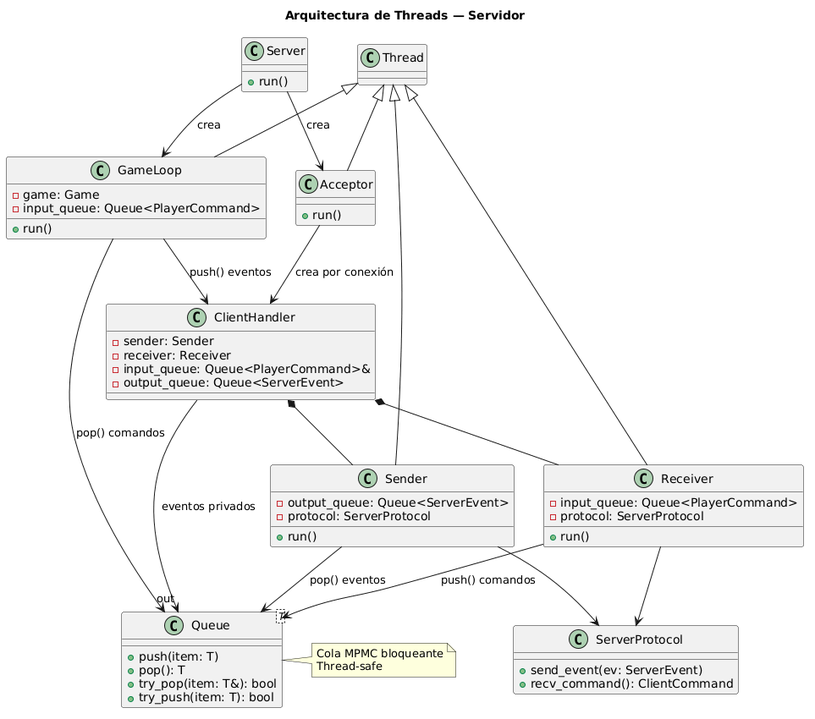
Earlier version of the PlantUML export docs/images/server_threads_architecture.png (MateoGonzalezPautaso/Argentum-MALT). Source of this version:
```plantuml
@startuml
title Arquitectura de Threads — Servidor

class Server {
  + run()
}

class Acceptor extends Thread {
  + run()
}

class GameLoop extends Thread {
  - game: Game
  - input_queue: Queue<PlayerCommand>
  + run()
}

class ClientHandler {
  - sender: Sender
  - receiver: Receiver
  - input_queue: Queue<PlayerCommand>&
  - output_queue: Queue<ServerEvent>
}

class Sender extends Thread {
  - output_queue: Queue<ServerEvent>
  - protocol: ServerProtocol
  + run()
}

class Receiver extends Thread {
  - input_queue: Queue<PlayerCommand>
  - protocol: ServerProtocol
  + run()
}

class ServerProtocol {
  + send_event(ev: ServerEvent)
  + recv_command(): ClientCommand
}

class Queue<T> {
  + push(item: T)
  + pop(): T
  + try_pop(item: T&): bool
  + try_push(item: T): bool
}

Server --> Acceptor: crea
Server --> GameLoop: crea
Acceptor --> ClientHandler: crea por conexión
ClientHandler *-- Sender
ClientHandler *-- Receiver
GameLoop --> Queue: pop() comandos
Receiver --> Queue: push() comandos
GameLoop --> ClientHandler: push() eventos
ClientHandler --> "out" Queue: eventos privados
Sender --> Queue: pop() eventos
Sender --> ServerProtocol
Receiver --> ServerProtocol
note right of Queue
  Cola MPMC bloqueante
  Thread-safe
end note
@enduml
```
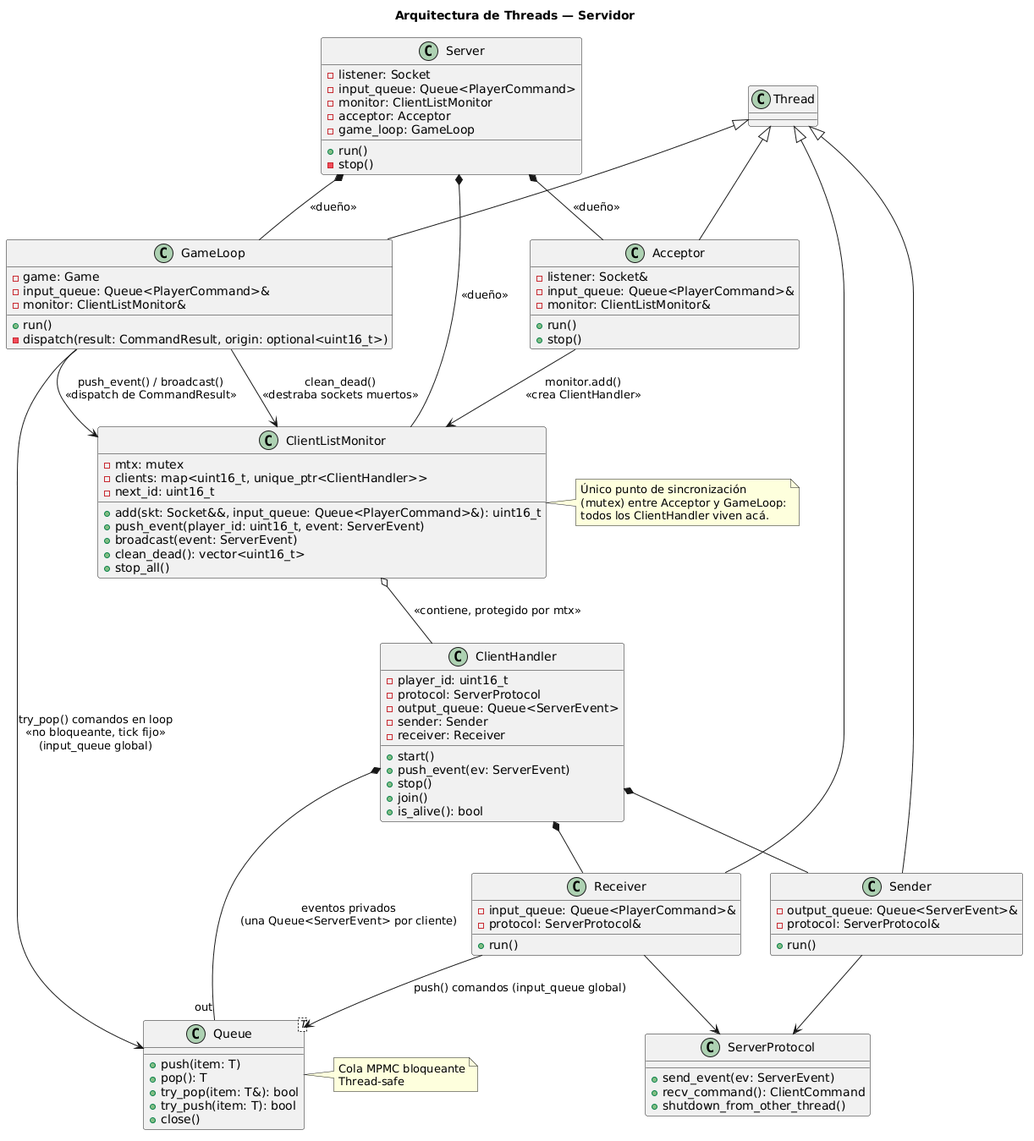
Later version of the same file.

Commit message:
docs: update server architecture

What changed in the source:
```diff
@@ -2,41 +2,76 @@
 title Arquitectura de Threads — Servidor
 
 class Server {
+  - listener: Socket
+  - input_queue: Queue<PlayerCommand>
+  - monitor: ClientListMonitor
+  - acceptor: Acceptor
+  - game_loop: GameLoop
   + run()
+  - stop()
 }
 
 class Acceptor extends Thread {
+  - listener: Socket&
+  - input_queue: Queue<PlayerCommand>&
+  - monitor: ClientListMonitor&
   + run()
+  + stop()
 }
 
 class GameLoop extends Thread {
   - game: Game
-  - input_queue: Queue<PlayerCommand>
+  - input_queue: Queue<PlayerCommand>&
+  - monitor: ClientListMonitor&
   + run()
+  - dispatch(result: CommandResult, origin: optional<uint16_t>)
 }
 
+class ClientListMonitor {
+  - mtx: mutex
+  - clients: map<uint16_t, unique_ptr<ClientHandler>>
+  - next_id: uint16_t
+  + add(skt: Socket&&, input_queue: Queue<PlayerCommand>&): uint16_t
+  + push_event(player_id: uint16_t, event: ServerEvent)
+  + broadcast(event: ServerEvent)
+  + clean_dead(): vector<uint16_t>
+  + stop_all()
+}
+note right of ClientListMonitor
+  Único punto de sincronización
+  (mutex) entre Acceptor y GameLoop:
+  todos los ClientHandler viven acá.
+end note
+
 class ClientHandler {
+  - player_id: uint16_t
+  - protocol: ServerProtocol
+  - output_queue: Queue<ServerEvent>
   - sender: Sender
   - receiver: Receiver
-  - input_queue: Queue<PlayerCommand>&
-  - output_queue: Queue<ServerEvent>
+  + start()
+  + push_event(ev: ServerEvent)
+  + stop()
+  + join()
+  + is_alive(): bool
 }
 
 class Sender extends Thread {
-  - output_queue: Queue<ServerEvent>
-  - protocol: ServerProtocol
+  - output_queue: Queue<ServerEvent>&
+  - protocol: ServerProtocol&
   + run()
 }
 
 class Receiver extends Thread {
-  - input_queue: Queue<PlayerCommand>
-  - protocol: ServerProtocol
+  - input_queue: Queue<PlayerCommand>&
+  - protocol: ServerProtocol&
   + run()
 }
 
 class ServerProtocol {
   + send_event(ev: ServerEvent)
   + recv_command(): ClientCommand
+  + shutdown_from_other_thread()
 }
 
 class Queue<T> {
@@ -44,18 +79,21 @@
   + pop(): T
   + try_pop(item: T&): bool
   + try_push(item: T): bool
+  + close()
 }
 
-Server --> Acceptor: crea
-Server --> GameLoop: crea
-Acceptor --> ClientHandler: crea por conexión
+Server *-- Acceptor : <<dueño>>
+Server *-- GameLoop : <<dueño>>
+Server *-- ClientListMonitor : <<dueño>>
+Acceptor --> ClientListMonitor : monitor.add()\n<<crea ClientHandler>>
+GameLoop --> ClientListMonitor : push_event() / broadcast()\n<<dispatch de CommandResult>>
+GameLoop --> ClientListMonitor : clean_dead()\n<<destraba sockets muertos>>
+ClientListMonitor o-- ClientHandler : <<contiene, protegido por mtx>>
 ClientHandler *-- Sender
 ClientHandler *-- Receiver
-GameLoop --> Queue: pop() comandos
-Receiver --> Queue: push() comandos
-GameLoop --> ClientHandler: push() eventos
-ClientHandler --> "out" Queue: eventos privados
-Sender --> Queue: pop() eventos
+GameLoop --> Queue: try_pop() comandos en loop\n<<no bloqueante, tick fijo>>\n(input_queue global)
+Receiver --> Queue: push() comandos (input_queue global)
+ClientHandler *-- "out" Queue: eventos privados\n(una Queue<ServerEvent> por cliente)
 Sender --> ServerProtocol
 Receiver --> ServerProtocol
 note right of Queue
```
